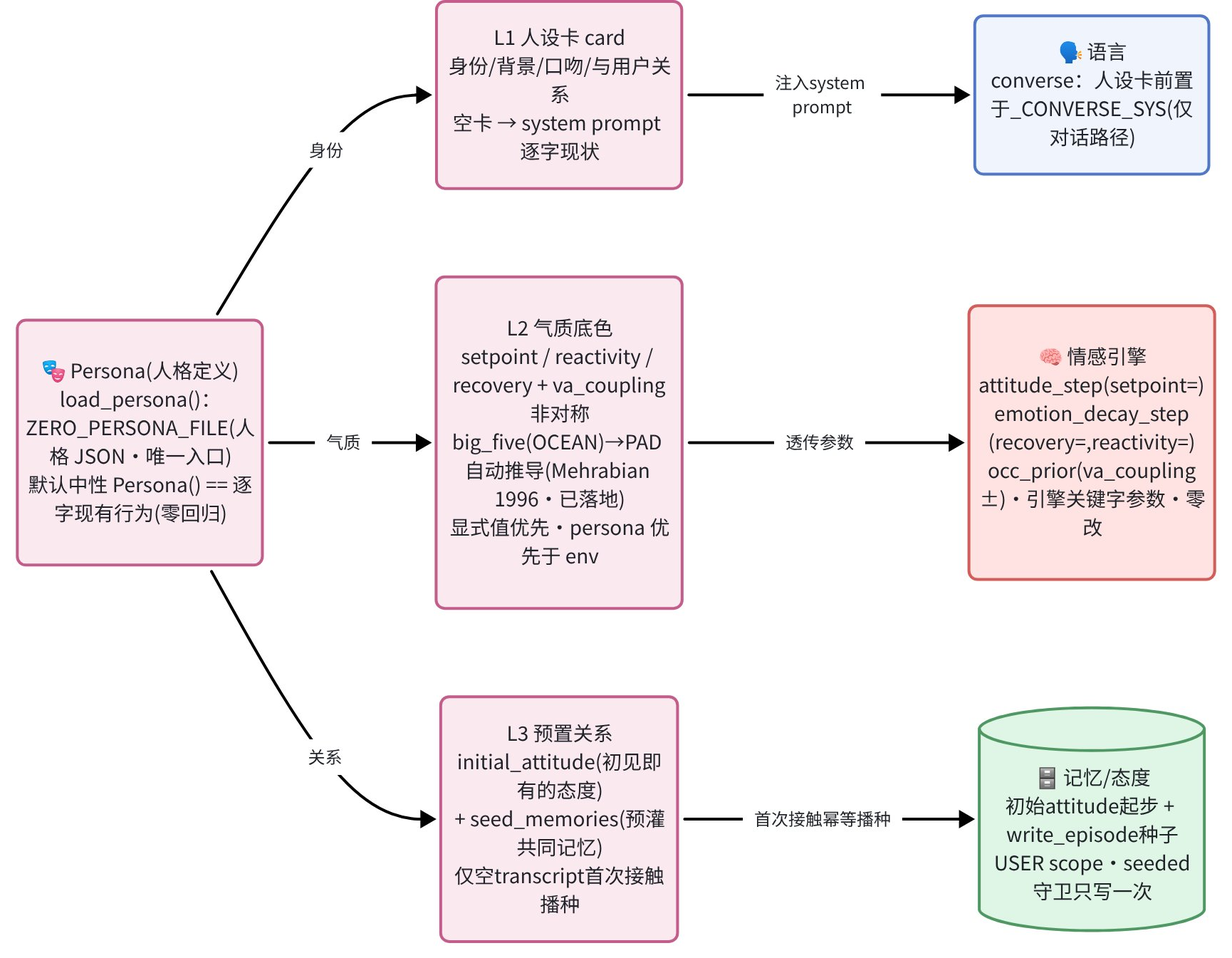
WizardHeHeJun/Zero keeps this Mermaid diagram as docs/v2/persona-injection.png. Above is the earlier version. Its source is kept beside it as docs/v2/persona-injection.mmd.
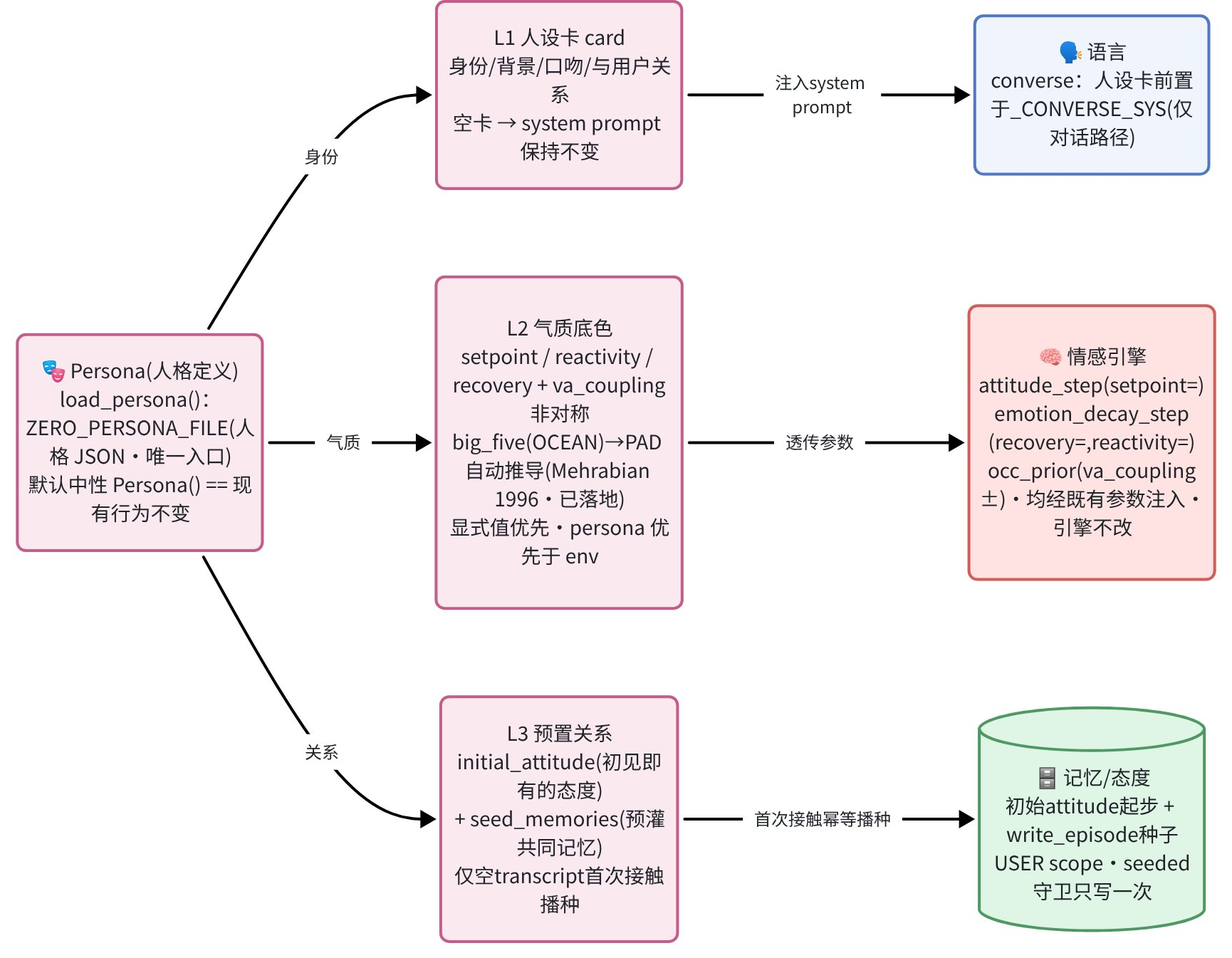
After the change.

Diff of the diagram source:
```diff
@@ -1,10 +1,10 @@
 flowchart LR
-  persona["🎭 Persona(人格定义)<br/>load_persona()：ZERO_PERSONA_FILE(人格 JSON·唯一入口)<br/>默认中性 Persona() == 逐字现有行为(零回归)"]:::persona
-  l1["L1 人设卡 card<br/>身份/背景/口吻/与用户关系<br/>空卡 → system prompt 逐字现状"]:::persona
+  persona["🎭 Persona(人格定义)<br/>load_persona()：ZERO_PERSONA_FILE(人格 JSON·唯一入口)<br/>默认中性 Persona() == 现有行为不变"]:::persona
+  l1["L1 人设卡 card<br/>身份/背景/口吻/与用户关系<br/>空卡 → system prompt 保持不变"]:::persona
   l2["L2 气质底色<br/>setpoint / reactivity / recovery + va_coupling非对称<br/>big_five(OCEAN)→PAD 自动推导(Mehrabian 1996·已落地)<br/>显式值优先·persona 优先于 env"]:::persona
   l3["L3 预置关系<br/>initial_attitude(初见即有的态度)<br/>+ seed_memories(预灌共同记忆)<br/>仅空transcript首次接触播种"]:::persona
   lang["🗣️ 语言<br/>converse：人设卡前置于_CONVERSE_SYS(仅对话路径)"]:::language
-  engine["🧠 情感引擎<br/>attitude_step(setpoint=)<br/>emotion_decay_step(recovery=,reactivity=)<br/>occ_prior(va_coupling±)·引擎关键字参数·零改"]:::engine
+  engine["🧠 情感引擎<br/>attitude_step(setpoint=)<br/>emotion_decay_step(recovery=,reactivity=)<br/>occ_prior(va_coupling±)·均经既有参数注入·引擎不改"]:::engine
   mem[("🗄️ 记忆/态度<br/>初始attitude起步 + write_episode种子<br/>USER scope·seeded守卫只写一次")]:::memory
 
   persona -->|"身份"| l1
```
